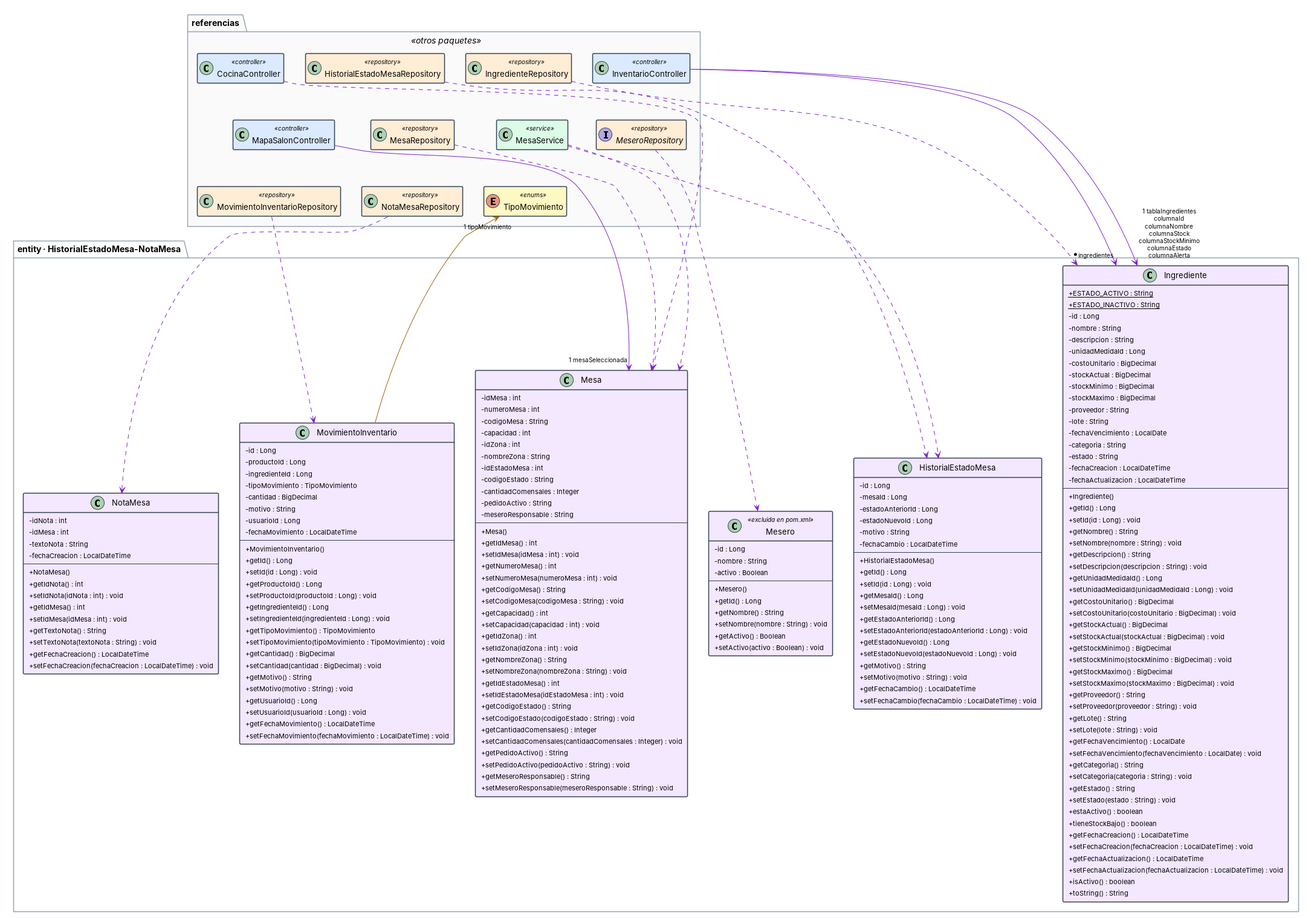
Before: docs/Imagenes/DiagramaClases_Entidades_B.png, a diagram exported from PlantUML (puj-course/FIS_2630_1204_G2). Its source is kept beside it as docs/diagramas-fuente/DiagramaClases_Entidades_B.puml. The source it was exported from:
```plantuml
@startuml
skinparam backgroundColor #FFFFFF
skinparam shadowing false
skinparam defaultFontName Helvetica
skinparam roundCorner 4
skinparam nodesep 35
skinparam ranksep 60
skinparam padding 3
skinparam ClassFontSize 13
skinparam ClassAttributeFontSize 11
skinparam ClassStereotypeFontSize 10
skinparam ClassBorderColor #334155
skinparam ArrowColor #1E293B
skinparam ArrowFontSize 10
skinparam PackageBorderColor #94A3B8
skinparam PackageFontStyle bold
skinparam ClassAttributeIconSize 0
hide empty members

package "entity · HistorialEstadoMesa–NotaMesa" {
  class HistorialEstadoMesa #F3E8FF {
    - id : Long
    - mesaId : Long
    - estadoAnteriorId : Long
    - estadoNuevoId : Long
    - motivo : String
    - fechaCambio : LocalDateTime
    --
    + HistorialEstadoMesa()
    + getId() : Long
    + setId(id : Long) : void
    + getMesaId() : Long
    + setMesaId(mesaId : Long) : void
    + getEstadoAnteriorId() : Long
    + setEstadoAnteriorId(estadoAnteriorId : Long) : void
    + getEstadoNuevoId() : Long
    + setEstadoNuevoId(estadoNuevoId : Long) : void
    + getMotivo() : String
    + setMotivo(motivo : String) : void
    + getFechaCambio() : LocalDateTime
    + setFechaCambio(fechaCambio : LocalDateTime) : void
  }
  class Ingrediente #F3E8FF {
    + {static} ESTADO_ACTIVO : String
    + {static} ESTADO_INACTIVO : String
    - id : Long
    - nombre : String
    - descripcion : String
    - unidadMedidaId : Long
    - costoUnitario : BigDecimal
    - stockActual : BigDecimal
    - stockMinimo : BigDecimal
    - stockMaximo : BigDecimal
    - proveedor : String
    - lote : String
    - fechaVencimiento : LocalDate
    - categoria : String
    - estado : String
    - fechaCreacion : LocalDateTime
    - fechaActualizacion : LocalDateTime
    --
    + Ingrediente()
    + getId() : Long
    + setId(id : Long) : void
    + getNombre() : String
    + setNombre(nombre : String) : void
    + getDescripcion() : String
    + setDescripcion(descripcion : String) : void
    + getUnidadMedidaId() : Long
    + setUnidadMedidaId(unidadMedidaId : Long) : void
    + getCostoUnitario() : BigDecimal
    + setCostoUnitario(costoUnitario : BigDecimal) : void
    + getStockActual() : BigDecimal
    + setStockActual(stockActual : BigDecimal) : void
    + getStockMinimo() : BigDecimal
    + setStockMinimo(stockMinimo : BigDecimal) : void
    + getStockMaximo() : BigDecimal
    + setStockMaximo(stockMaximo : BigDecimal) : void
    + getProveedor() : String
    + setProveedor(proveedor : String) : void
    + getLote() : String
    + setLote(lote : String) : void
    + getFechaVencimiento() : LocalDate
    + setFechaVencimiento(fechaVencimiento : LocalDate) : void
    + getCategoria() : String
    + setCategoria(categoria : String) : void
    + getEstado() : String
    + setEstado(estado : String) : void
    + estaActivo() : boolean
    + tieneStockBajo() : boolean
    + getFechaCreacion() : LocalDateTime
    + setFechaCreacion(fechaCreacion : LocalDateTime) : void
    + getFechaActualizacion() : LocalDateTime
    + setFechaActualizacion(fechaActualizacion : LocalDateTime) : void
    + isActivo() : boolean
    + toString() : String
  }
  class Mesa #F3E8FF {
    - idMesa : int
    - numeroMesa : int
    - codigoMesa : String
    - capacidad : int
    - idZona : int
    - nombreZona : String
    - idEstadoMesa : int
    - codigoEstado : String
    - cantidadComensales : Integer
    - pedidoActivo : String
    - meseroResponsable : String
    --
    + Mesa()
    + getIdMesa() : int
    + setIdMesa(idMesa : int) : void
    + getNumeroMesa() : int
    + setNumeroMesa(numeroMesa : int) : void
    + getCodigoMesa() : String
    + setCodigoMesa(codigoMesa : String) : void
    + getCapacidad() : int
    + setCapacidad(capacidad : int) : void
    + getIdZona() : int
    + setIdZona(idZona : int) : void
    + getNombreZona() : String
    + setNombreZona(nombreZona : String) : void
    + getIdEstadoMesa() : int
    + setIdEstadoMesa(idEstadoMesa : int) : void
    + getCodigoEstado() : String
    + setCodigoEstado(codigoEstado : String) : void
    + getCantidadComensales() : Integer
    + setCantidadComensales(cantidadComensales : Integer) : void
    + getPedidoActivo() : String
    + setPedidoActivo(pedidoActivo : String) : void
    + getMeseroResponsable() : String
    + setMeseroResponsable(meseroResponsable : String) : void
  }
  class Mesero <<excluida en pom.xml>> #F3E8FF {
    - id : Long
    - nombre : String
    - activo : Boolean
    --
    + Mesero()
    + getId() : Long
    + getNombre() : String
    + setNombre(nombre : String) : void
    + getActivo() : Boolean
    + setActivo(activo : Boolean) : void
  }
  class MovimientoInventario #F3E8FF {
    - id : Long
    - productoId : Long
    - ingredienteId : Long
    - tipoMovimiento : TipoMovimiento
    - cantidad : BigDecimal
    - motivo : String
    - usuarioId : Long
    - fechaMovimiento : LocalDateTime
    --
    + MovimientoInventario()
    + getId() : Long
    + setId(id : Long) : void
    + getProductoId() : Long
    + setProductoId(productoId : Long) : void
    + getIngredienteId() : Long
    + setIngredienteId(ingredienteId : Long) : void
    + getTipoMovimiento() : TipoMovimiento
    + setTipoMovimiento(tipoMovimiento : TipoMovimiento) : void
    + getCantidad() : BigDecimal
    + setCantidad(cantidad : BigDecimal) : void
    + getMotivo() : String
    + setMotivo(motivo : String) : void
    + getUsuarioId() : Long
    + setUsuarioId(usuarioId : Long) : void
    + getFechaMovimiento() : LocalDateTime
    + setFechaMovimiento(fechaMovimiento : LocalDateTime) : void
  }
  class NotaMesa #F3E8FF {
    - idNota : int
    - idMesa : int
    - textoNota : String
    - fechaCreacion : LocalDateTime
    --
    + NotaMesa()
    + getIdNota() : int
    + setIdNota(idNota : int) : void
    + getIdMesa() : int
    + setIdMesa(idMesa : int) : void
    + getTextoNota() : String
    + setTextoNota(textoNota : String) : void
    + getFechaCreacion() : LocalDateTime
    + setFechaCreacion(fechaCreacion : LocalDateTime) : void
  }
}
package "referencias" <<otros paquetes>> #FAFAFA {
  class CocinaController <<controller>> #DBEAFE {
  }
  class HistorialEstadoMesaRepository <<repository>> #FFEDD5 {
  }
  class IngredienteRepository <<repository>> #FFEDD5 {
  }
  class InventarioController <<controller>> #DBEAFE {
  }
  class MapaSalonController <<controller>> #DBEAFE {
  }
  class MesaRepository <<repository>> #FFEDD5 {
  }
  class MesaService <<service>> #DCFCE7 {
  }
  interface MeseroRepository <<repository>> #FFEDD5 {
  }
  class MovimientoInventarioRepository <<repository>> #FFEDD5 {
  }
  class NotaMesaRepository <<repository>> #FFEDD5 {
  }
  enum TipoMovimiento <<enums>> #FEF9C3 {
  }
  CocinaController -[hidden]right- HistorialEstadoMesaRepository
  HistorialEstadoMesaRepository -[hidden]right- IngredienteRepository
  IngredienteRepository -[hidden]right- InventarioController
  CocinaController -[hidden]down- MapaSalonController
  MapaSalonController -[hidden]right- MesaRepository
  HistorialEstadoMesaRepository -[hidden]down- MesaRepository
  MesaRepository -[hidden]right- MesaService
  IngredienteRepository -[hidden]down- MesaService
  MesaService -[hidden]right- MeseroRepository
  InventarioController -[hidden]down- MeseroRepository
  MapaSalonController -[hidden]down- MovimientoInventarioRepository
  MovimientoInventarioRepository -[hidden]right- NotaMesaRepository
  MesaRepository -[hidden]down- NotaMesaRepository
  NotaMesaRepository -[hidden]right- TipoMovimiento
  MesaService -[hidden]down- TipoMovimiento
}
CocinaController -[#7E22CE,dashed]-> Mesa
HistorialEstadoMesaRepository -[#7E22CE,dashed]-> HistorialEstadoMesa
IngredienteRepository -[#7E22CE,dashed]-> Ingrediente
InventarioController -[#7E22CE]-> "* ingredientes" Ingrediente
InventarioController -[#7E22CE]-> "1 tablaIngredientes\ncolumnaId\ncolumnaNombre\ncolumnaStock\ncolumnaStockMinimo\ncolumnaEstado\ncolumnaAlerta" Ingrediente
MapaSalonController -[#7E22CE]-> "1 mesaSeleccionada" Mesa
MesaRepository -[#7E22CE,dashed]-> Mesa
MesaService -[#7E22CE,dashed]-> HistorialEstadoMesa
MesaService -[#7E22CE,dashed]-> Mesa
MeseroRepository -[#7E22CE,dashed]-> Mesero
MovimientoInventario -[#A16207]-> "1 tipoMovimiento" TipoMovimiento
MovimientoInventarioRepository -[#7E22CE,dashed]-> MovimientoInventario
NotaMesaRepository -[#7E22CE,dashed]-> NotaMesa
@enduml
```
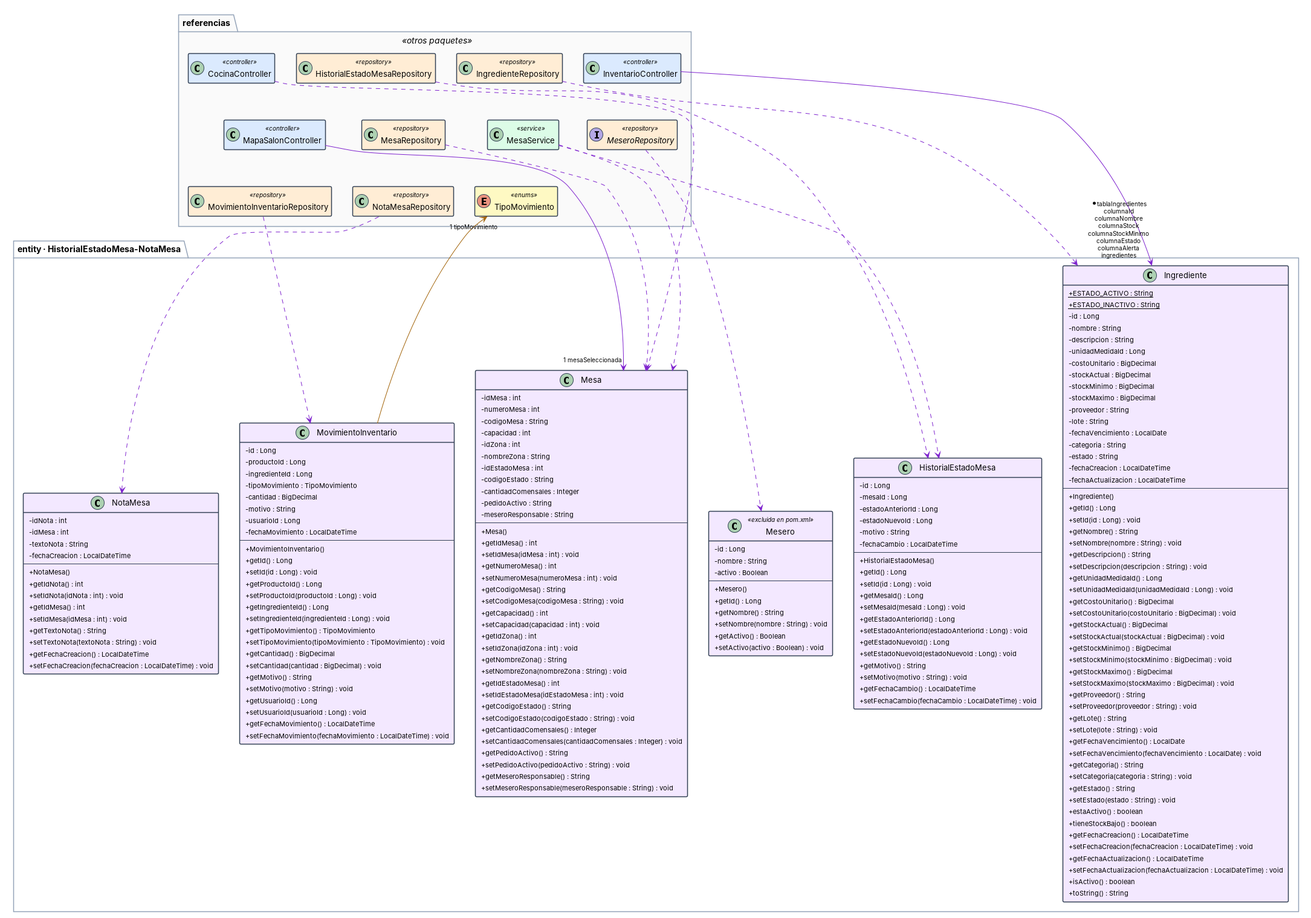
After the commit.

Change to the diagram source:
```diff
@@ -231,8 +231,7 @@
 CocinaController -[#7E22CE,dashed]-> Mesa
 HistorialEstadoMesaRepository -[#7E22CE,dashed]-> HistorialEstadoMesa
 IngredienteRepository -[#7E22CE,dashed]-> Ingrediente
-InventarioController -[#7E22CE]-> "* ingredientes" Ingrediente
-InventarioController -[#7E22CE]-> "1 tablaIngredientes\ncolumnaId\ncolumnaNombre\ncolumnaStock\ncolumnaStockMinimo\ncolumnaEstado\ncolumnaAlerta" Ingrediente
+InventarioController -[#7E22CE]-> "* tablaIngredientes\ncolumnaId\ncolumnaNombre\ncolumnaStock\ncolumnaStockMinimo\ncolumnaEstado\ncolumnaAlerta\ningredientes" Ingrediente
 MapaSalonController -[#7E22CE]-> "1 mesaSeleccionada" Mesa
 MesaRepository -[#7E22CE,dashed]-> Mesa
 MesaService -[#7E22CE,dashed]-> HistorialEstadoMesa
```
